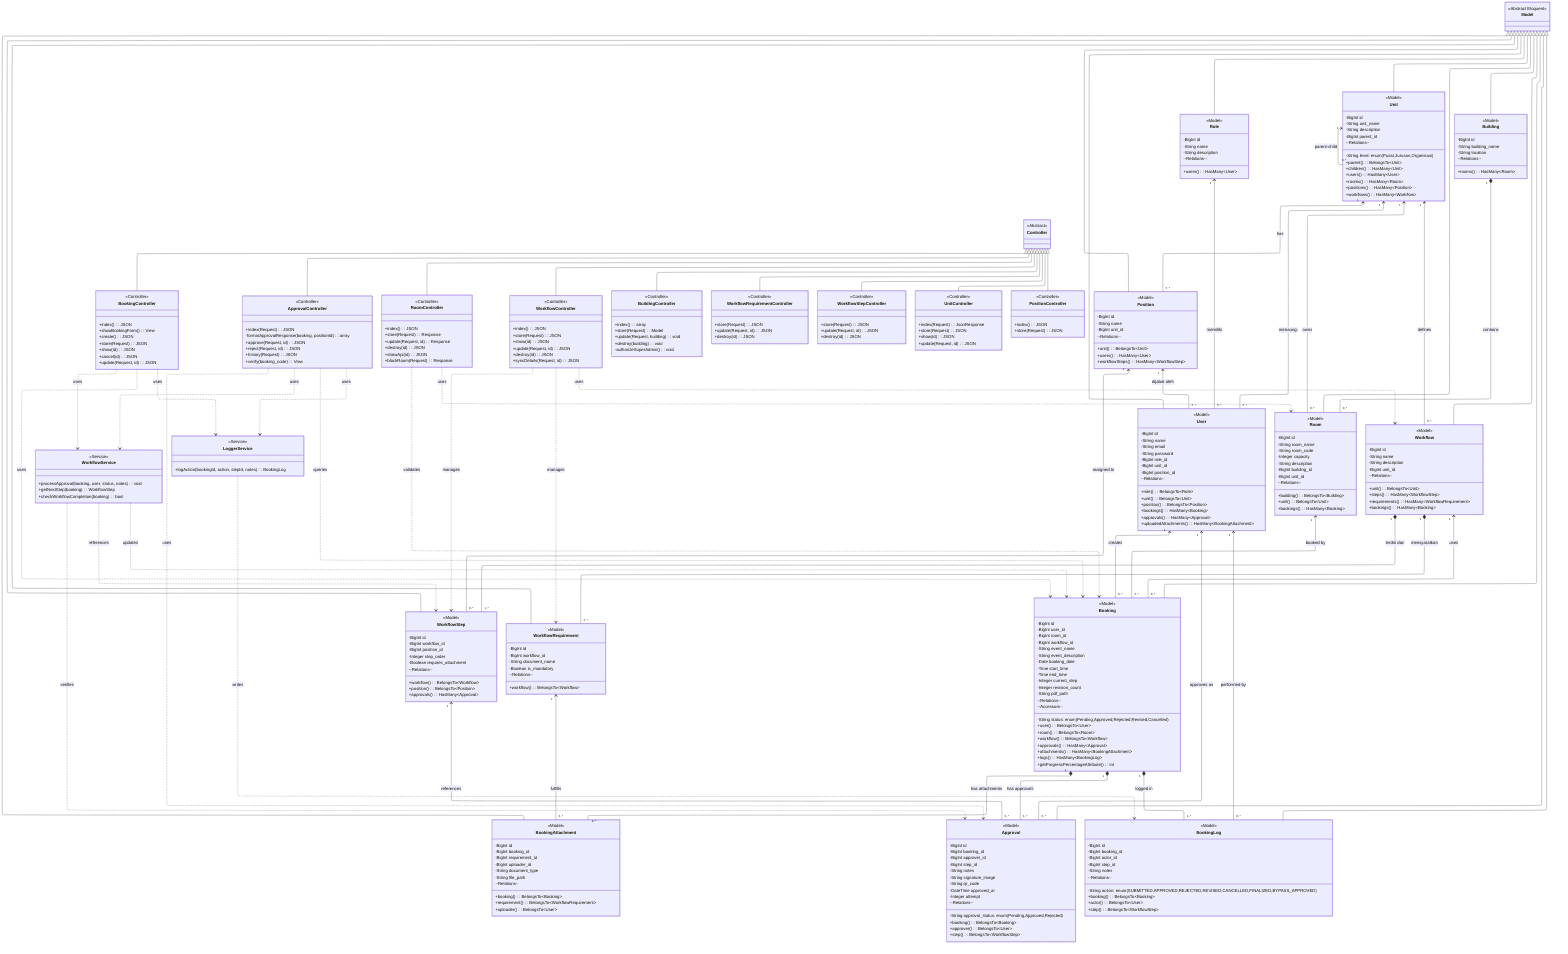
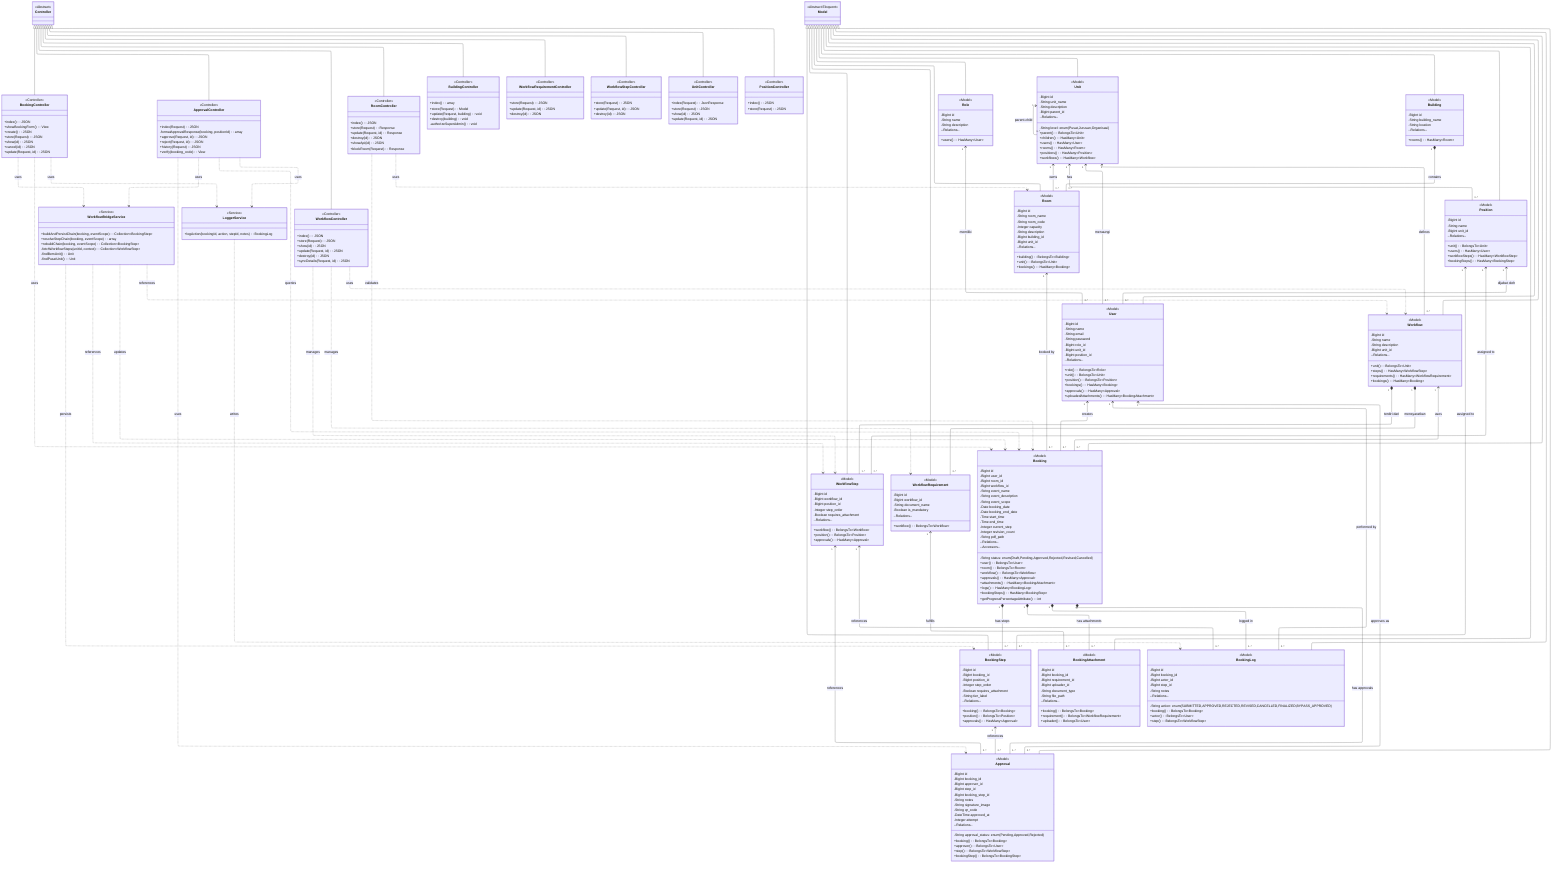
---
config:
  layout: elk
---
classDiagram
    direction TB

    %% ===== ABSTRACT BASE CLASSES =====
    class Controller {
        <<Abstract>>
    }

    class Model {
        <<Abstract Eloquent>>
    }

    %% ===== SERVICES =====
-     class WorkflowService {
+     class WorkflowBridgeService {
        <<Service>>
-         +processApproval(booking, user, status, notes): void
-         +getNextStep(booking): WorkflowStep
-         +checkWorkflowCompletion(booking): bool
+         +buildAndPersistChain(booking, eventScope): Collection~BookingStep~
+         +resolveStepChain(booking, eventScope): array
+         +rebuildChain(booking, eventScope): Collection~BookingStep~
+         -fetchWorkflowSteps(unitId, context): Collection~WorkflowStep~
+         -findBemUnit(): Unit
+         -findPusatUnit(): Unit
    }

    class LoggerService {
        <<Service>>
        +logAction(bookingId, action, stepId, notes): BookingLog
    }

    %% ===== CONTROLLERS =====
    class BookingController {
        <<Controller>>
        +index(): JSON
        +showBookingForm(): View
        +create(): JSON
        +store(Request): JSON
        +show(id): JSON
        +cancel(id): JSON
        +update(Request, id): JSON
    }

    class ApprovalController {
        <<Controller>>
        +index(Request): JSON
        -formatApprovalResponse(booking, positionId): array
        +approve(Request, id): JSON
        +reject(Request, id): JSON
        +history(Request): JSON
        +verify(booking_code): View
    }

    class RoomController {
        <<Controller>>
        +index(): JSON
        +store(Request): Response
        +update(Request, id): Response
        +destroy(id): JSON
        +showApi(id): JSON
        +blockRoom(Request): Response
    }

    class WorkflowController {
        <<Controller>>
        +index(): JSON
        +store(Request): JSON
        +show(id): JSON
        +update(Request, id): JSON
        +destroy(id): JSON
        +syncDetails(Request, id): JSON
    }

    class BuildingController {
        <<Controller>>
        +index(): array
        +store(Request): Model
        +update(Request, building): void
        +destroy(building): void
        -authorizeSuperAdmin(): void
    }

    class WorkflowRequirementController {
        <<Controller>>
        +store(Request): JSON
        +update(Request, id): JSON
        +destroy(id): JSON
    }

    class WorkflowStepController {
        <<Controller>>
        +store(Request): JSON
        +update(Request, id): JSON
        +destroy(id): JSON
    }

    class UnitController {
        <<Controller>>
        +index(Request): JsonResponse
        +store(Request): JSON
        +show(id): JSON
        +update(Request, id): JSON
    }

    class PositionController {
        <<Controller>>
        +index(): JSON
        +store(Request): JSON
    }

    %% ===== MODELS =====
    class User {
        <<Model>>
        -BigInt id
        -String name
        -String email
        -String password
        -BigInt role_id
        -BigInt unit_id
        -BigInt position_id
        --Relations--
        +role(): BelongsTo~Role~
        +unit(): BelongsTo~Unit~
        +position(): BelongsTo~Position~
        +bookings(): HasMany~Booking~
        +approvals(): HasMany~Approval~
        +uploadedAttachments(): HasMany~BookingAttachment~
    }

    class Role {
        <<Model>>
        -BigInt id
        -String name
        -String description
        --Relations--
        +users(): HasMany~User~
    }

    class Unit {
        <<Model>>
        -BigInt id
        -String unit_name
        -String level: enum(Pusat,Jurusan,Organisasi)
        -String description
        -BigInt parent_id
        --Relations--
        +parent(): BelongsTo~Unit~
        +children(): HasMany~Unit~
        +users(): HasMany~User~
        +rooms(): HasMany~Room~
        +positions(): HasMany~Position~
        +workflows(): HasMany~Workflow~
    }

    class Building {
        <<Model>>
        -BigInt id
        -String building_name
        -String location
        --Relations--
        +rooms(): HasMany~Room~
    }

    class Room {
        <<Model>>
        -BigInt id
        -String room_name
        -String room_code
        -Integer capacity
        -String description
        -BigInt building_id
        -BigInt unit_id
        --Relations--
        +building(): BelongsTo~Building~
        +unit(): BelongsTo~Unit~
        +bookings(): HasMany~Booking~
    }

    class Position {
        <<Model>>
        -BigInt id
        -String name
        -BigInt unit_id
        --Relations--
        +unit(): BelongsTo~Unit~
        +users(): HasMany~User~
        +workflowSteps(): HasMany~WorkflowStep~
+         +bookingSteps(): HasMany~BookingStep~
    }

    class Workflow {
        <<Model>>
        -BigInt id
        -String name
        -String description
        -BigInt unit_id
        --Relations--
        +unit(): BelongsTo~Unit~
        +steps(): HasMany~WorkflowStep~
        +requirements(): HasMany~WorkflowRequirement~
        +bookings(): HasMany~Booking~
    }

    class WorkflowStep {
        <<Model>>
        -BigInt id
        -BigInt workflow_id
        -BigInt position_id
        -Integer step_order
        -Boolean requires_attachment
        --Relations--
        +workflow(): BelongsTo~Workflow~
        +position(): BelongsTo~Position~
        +approvals(): HasMany~Approval~
    }

    class WorkflowRequirement {
        <<Model>>
        -BigInt id
        -BigInt workflow_id
        -String document_name
        -Boolean is_mandatory
        --Relations--
        +workflow(): BelongsTo~Workflow~
    }

    class Booking {
        <<Model>>
        -BigInt id
        -BigInt user_id
        -BigInt room_id
        -BigInt workflow_id
        -String event_name
        -String event_description
+         -String event_scope
        -Date booking_date
+         -Date booking_end_date
        -Time start_time
        -Time end_time
-         -String status: enum(Pending,Approved,Rejected,Revised,Cancelled)
+         -String status: enum(Draft,Pending,Approved,Rejected,Revised,Cancelled)
        -Integer current_step
        -Integer revision_count
        -String pdf_path
        --Relations--
        +user(): BelongsTo~User~
        +room(): BelongsTo~Room~
        +workflow(): BelongsTo~Workflow~
        +approvals(): HasMany~Approval~
        +attachments(): HasMany~BookingAttachment~
        +logs(): HasMany~BookingLog~
+         +bookingSteps(): HasMany~BookingStep~
        --Accessors--
        +getProgressPercentageAttribute(): int
+     }
+ 
+     class BookingStep {
+         <<Model>>
+         -BigInt id
+         -BigInt booking_id
+         -BigInt position_id
+         -Integer step_order
+         -Boolean requires_attachment
+         -String tier_label
+         --Relations--
+         +booking(): BelongsTo~Booking~
+         +position(): BelongsTo~Position~
+         +approvals(): HasMany~Approval~
    }

    class BookingAttachment {
        <<Model>>
        -BigInt id
        -BigInt booking_id
        -BigInt requirement_id
        -BigInt uploader_id
        -String document_type
        -String file_path
        --Relations--
        +booking(): BelongsTo~Booking~
        +requirement(): BelongsTo~WorkflowRequirement~
        +uploader(): BelongsTo~User~
    }

    class Approval {
        <<Model>>
        -BigInt id
        -BigInt booking_id
        -BigInt approver_id
        -BigInt step_id
+         -BigInt booking_step_id
        -String approval_status: enum(Pending,Approved,Rejected)
        -String notes
        -String signature_image
        -String qr_code
        -DateTime approved_at
        -Integer attempt
        --Relations--
        +booking(): BelongsTo~Booking~
        +approver(): BelongsTo~User~
        +step(): BelongsTo~WorkflowStep~
+         +bookingStep(): BelongsTo~BookingStep~
    }

    class BookingLog {
        <<Model>>
        -BigInt id
        -BigInt booking_id
        -BigInt actor_id
        -BigInt step_id
        -String action: enum(SUBMITTED,APPROVED,REJECTED,REVISED,CANCELLED,FINALIZED,BYPASS_APPROVED)
        -String notes
        --Relations--
        +booking(): BelongsTo~Booking~
        +actor(): BelongsTo~User~
        +step(): BelongsTo~WorkflowStep~
    }

    %% ===== INHERITANCE =====
    Controller <|-- BookingController
    Controller <|-- ApprovalController
    Controller <|-- RoomController
    Controller <|-- WorkflowController
    Controller <|-- BuildingController
    Controller <|-- WorkflowRequirementController
    Controller <|-- WorkflowStepController
    Controller <|-- UnitController
    Controller <|-- PositionController

    Model <|-- User
    Model <|-- Role
    Model <|-- Unit
    Model <|-- Building
    Model <|-- Room
    Model <|-- Position
    Model <|-- Workflow
    Model <|-- WorkflowStep
    Model <|-- WorkflowRequirement
    Model <|-- Booking
+     Model <|-- BookingStep
    Model <|-- BookingAttachment
    Model <|-- Approval
    Model <|-- BookingLog

    %% ===== RELATIONSHIPS =====
    Role "1" <-- "0..*" User : memiliki
    Unit "1" <-- "0..*" User : menaungi
    Position "1" <-- "0..*" User : dijabat oleh
    Unit "1" <-- "0..*" Unit : parent-child
    Building "1" *-- "0..*" Room : contains
    Unit "1" <-- "0..*" Room : owns
    Unit "1" <-- "0..*" Position : has
    Unit "1" <-- "0..*" Workflow : defines
    Workflow "1" *-- "1..*" WorkflowStep : terdiri dari
    Workflow "1" *-- "0..*" WorkflowRequirement : mensyaratkan
    Position "1" <-- "0..*" WorkflowStep : assigned to
    User "1" <-- "0..*" Booking : creates
    Room "1" <-- "0..*" Booking : booked by
    Workflow "1" <-- "0..*" Booking : uses
+     Booking "1" *-- "0..*" BookingStep : has steps
+     Position "1" <-- "0..*" BookingStep : assigned to
    Booking "1" *-- "1..*" Approval : has approvals
    User "1" <-- "0..*" Approval : approves as
    WorkflowStep "1" <-- "0..*" Approval : references
+     BookingStep "1" <-- "0..*" Approval : references
    Booking "1" *-- "0..*" BookingAttachment : has attachments
    WorkflowRequirement "1" <-- "0..*" BookingAttachment : fulfills
    Booking "1" *-- "1..*" BookingLog : logged in
    User "1" <-- "0..*" BookingLog : performed by
+     WorkflowStep "1" <-- "0..*" BookingLog : references

    %% ===== SERVICE DEPENDENCIES =====
    BookingController ..> Booking : uses
    BookingController ..> LoggerService : uses
-     BookingController ..> WorkflowService : uses
+     BookingController ..> WorkflowBridgeService : uses

    ApprovalController ..> Approval : uses
-     ApprovalController ..> WorkflowService : uses
+     ApprovalController ..> WorkflowBridgeService : uses
    ApprovalController ..> LoggerService : uses
    ApprovalController ..> Booking : queries

    RoomController ..> Room : uses
    RoomController ..> Booking : validates

    WorkflowController ..> Workflow : uses
    WorkflowController ..> WorkflowStep : manages
    WorkflowController ..> WorkflowRequirement : manages

-     WorkflowService ..> Booking : updates
-     WorkflowService ..> Approval : verifies
-     WorkflowService ..> WorkflowStep : references
+     WorkflowBridgeService ..> Booking : updates
+     WorkflowBridgeService ..> BookingStep : persists
+     WorkflowBridgeService ..> Workflow : references
+     WorkflowBridgeService ..> WorkflowStep : references

    LoggerService ..> BookingLog : writes